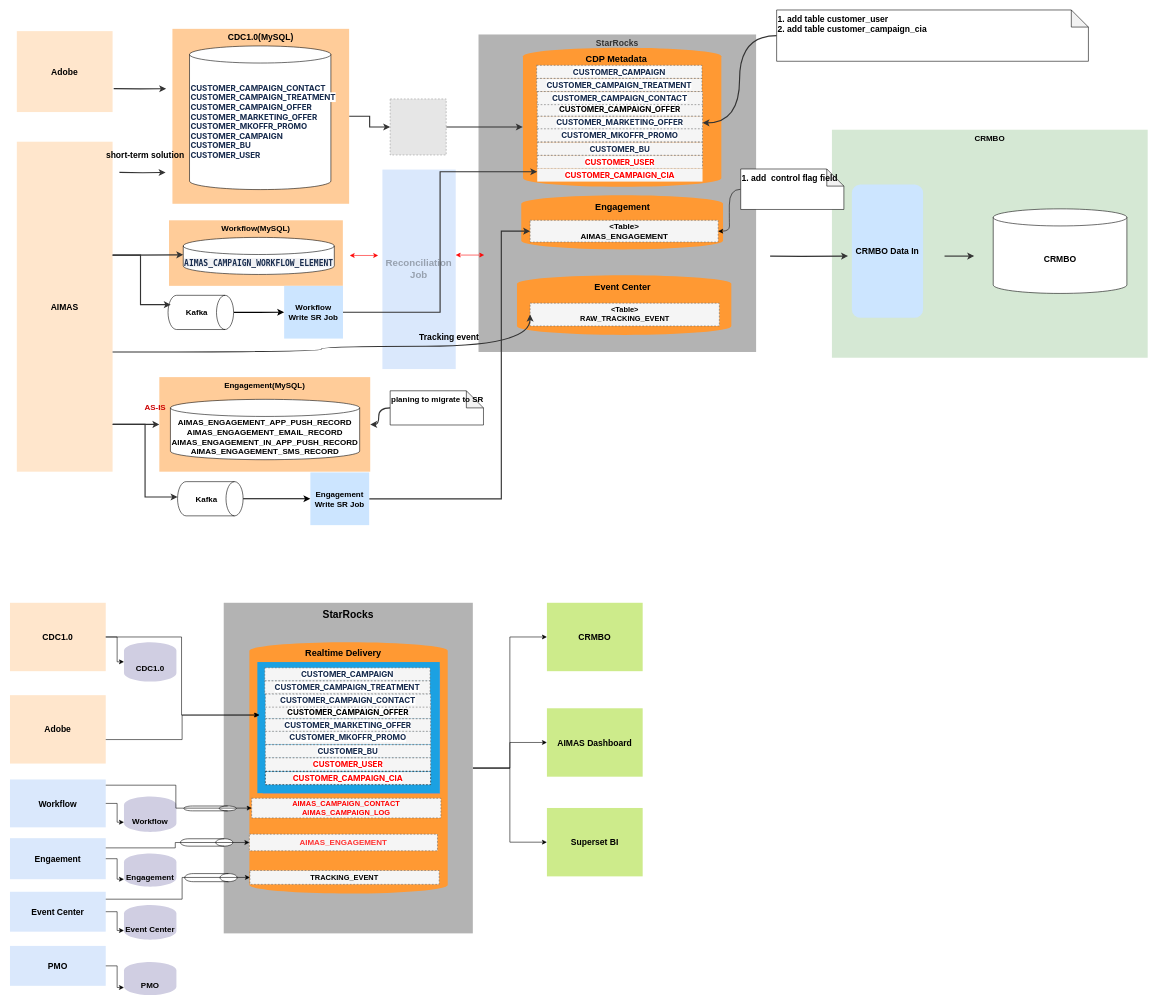
Before: techlab/EDP/CRBO data integration strategy V2.drawio in qiufang1314/drawio, a draw.io diagram. Source tidied: cells renumbered, new cells numbered last; positions are measured from the earlier drawing's top-left corner, leaving out a move shared by most shapes. Both pictures are drawn from the tidied source at 57%, with x=0, y=0 at pixel (10, 10). Pictures stored in the file or linked from it are replaced by grey dashed boxes.
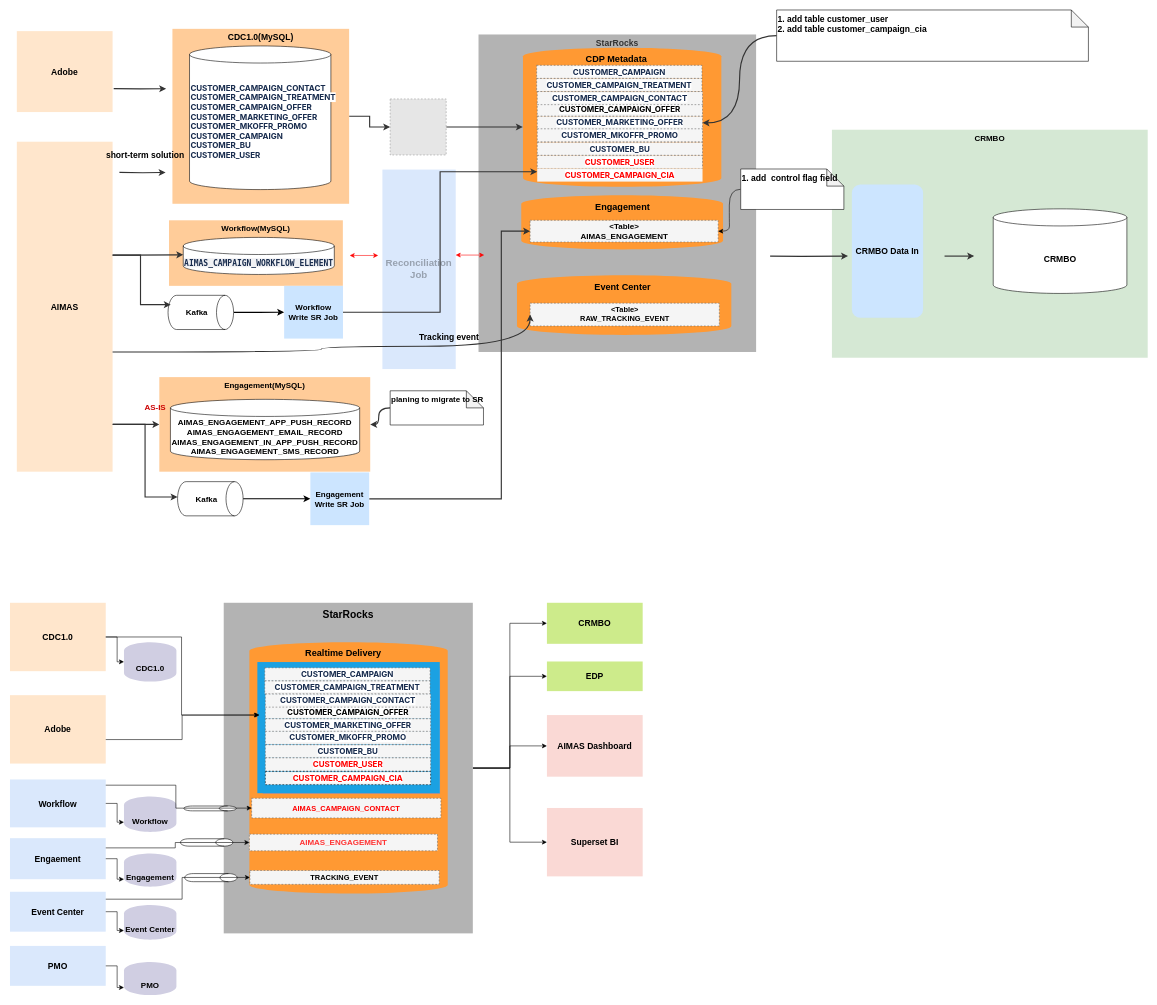
The same page after the edit.

Unchanged cells that the change refers to:
```xml
<mxCell id="74" value="&lt;div&gt;&lt;b&gt;&lt;font style=&quot;color: light-dark(rgb(0, 0, 0), rgb(237, 237, 237)); font-size: 18px;&quot;&gt;StarRocks&lt;/font&gt;&lt;/b&gt;&lt;/div&gt;" style="rounded=0;whiteSpace=wrap;html=1;dashed=1;verticalAlign=top;fillColor=#B3B3B3;strokeColor=none;fontSize=21;fontColor=#333333;" parent="1" vertex="1">
  <mxGeometry x="375" y="1040" width="437" height="580" as="geometry" />
</mxCell>
```

What changed in the source:
```diff
@@
+    <mxCell id="113" style="edgeStyle=orthogonalEdgeStyle;rounded=0;jettySize=auto;html=1;" parent="1" edge="1" source="74" target="114">
+      <mxGeometry relative="1" as="geometry" />
+    </mxCell>
@@
     <mxCell id="98" value="&lt;b&gt;&lt;font&gt;CRMBO&lt;/font&gt;&lt;/b&gt;" style="rounded=0;whiteSpace=wrap;html=1;dashed=1;verticalAlign=middle;fillColor=#cdeb8b;strokeColor=none;fontSize=15;" parent="1" vertex="1">
-      <mxGeometry x="942" y="1040" width="168" height="120" as="geometry" />
+      <mxGeometry x="942" y="1040" width="168" height="72" as="geometry" />
     </mxCell>
-    <mxCell id="99" value="&lt;b&gt;&lt;font&gt;AIMAS Dashboard&lt;/font&gt;&lt;/b&gt;" style="rounded=0;whiteSpace=wrap;html=1;dashed=1;verticalAlign=middle;fillColor=#cdeb8b;strokeColor=none;fontSize=15;" parent="1" vertex="1">
-      <mxGeometry x="942" y="1225.1" width="168" height="120" as="geometry" />
+    <mxCell id="99" value="&lt;b&gt;&lt;font&gt;AIMAS Dashboard&lt;/font&gt;&lt;/b&gt;" style="rounded=0;whiteSpace=wrap;html=1;dashed=1;verticalAlign=middle;fillColor=#fad9d5;strokeColor=none;fontSize=15;" parent="1" vertex="1">
+      <mxGeometry x="942" y="1237" width="168" height="108.1" as="geometry" />
     </mxCell>
-    <mxCell id="100" value="&lt;b&gt;&lt;font&gt;Superset BI&lt;/font&gt;&lt;/b&gt;" style="rounded=0;whiteSpace=wrap;html=1;dashed=1;verticalAlign=middle;fillColor=#cdeb8b;strokeColor=none;fontSize=15;" parent="1" vertex="1">
+    <mxCell id="100" value="&lt;b&gt;&lt;font&gt;Superset BI&lt;/font&gt;&lt;/b&gt;" style="rounded=0;whiteSpace=wrap;html=1;dashed=1;verticalAlign=middle;fillColor=#fad9d5;strokeColor=none;fontSize=15;" parent="1" vertex="1">
       <mxGeometry x="942" y="1400" width="168" height="120" as="geometry" />
     </mxCell>
-    <mxCell id="101" value="&lt;div style=&quot;&quot;&gt;&lt;b style=&quot;background-color: transparent;&quot;&gt;&lt;font style=&quot;font-size: 13px;&quot;&gt;AIMAS_CAMPAIGN_CONTACT&lt;/font&gt;&lt;/b&gt;&lt;/div&gt;&lt;div style=&quot;&quot;&gt;&lt;b style=&quot;background-color: transparent;&quot;&gt;&lt;font style=&quot;font-size: 13px;&quot;&gt;AIMAS_CAMPAIGN_LOG&lt;/font&gt;&lt;/b&gt;&lt;/div&gt;" style="text;html=1;align=center;verticalAlign=middle;whiteSpace=wrap;rounded=0;fillColor=#f5f5f5;fontColor=#FF0000;strokeColor=#666666;dashed=1;" parent="1" vertex="1">
+    <mxCell id="101" value="&lt;div style=&quot;&quot;&gt;&lt;b style=&quot;background-color: transparent;&quot;&gt;&lt;font style=&quot;font-size: 13px;&quot;&gt;AIMAS_CAMPAIGN_CONTACT&lt;/font&gt;&lt;/b&gt;&lt;/div&gt;" style="text;html=1;align=center;verticalAlign=middle;whiteSpace=wrap;rounded=0;fillColor=#f5f5f5;fontColor=#FF0000;strokeColor=#666666;dashed=1;" parent="1" vertex="1">
       <mxGeometry x="424" y="1383" width="332" height="34.5" as="geometry" />
     </mxCell>
@@
+    <mxCell id="114" value="&lt;b&gt;&lt;font&gt;EDP&lt;/font&gt;&lt;/b&gt;" style="rounded=0;whiteSpace=wrap;html=1;dashed=1;verticalAlign=middle;fillColor=#cdeb8b;strokeColor=none;fontSize=15;" parent="1" vertex="1">
+      <mxGeometry x="942" y="1143" width="168" height="52" as="geometry" />
+    </mxCell>
```
